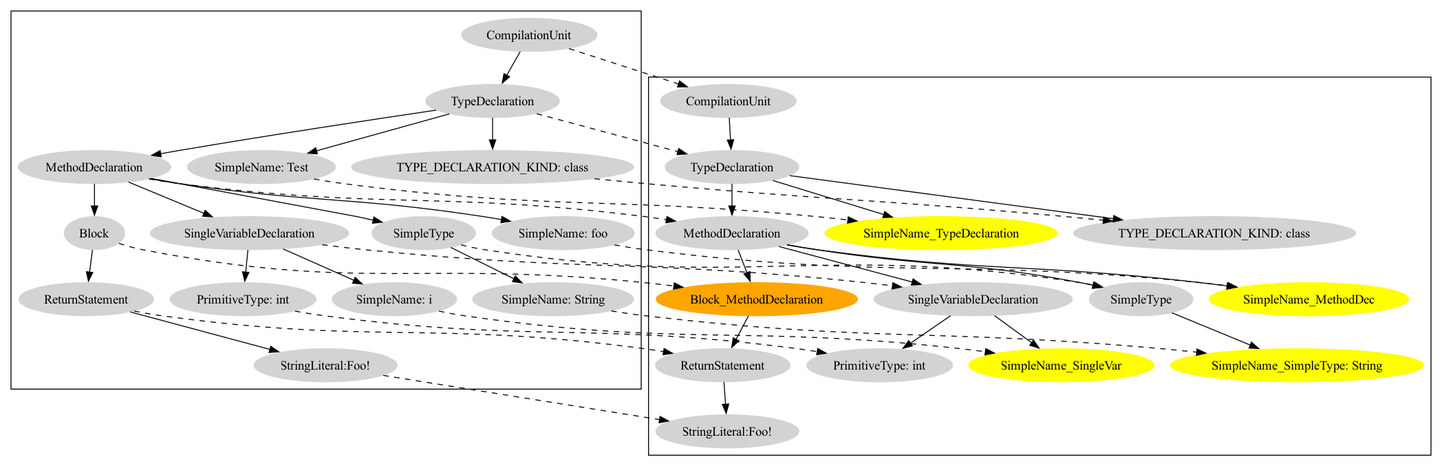
pouryafard75/DiffBenchmark keeps this Graphviz diagram as dot/tree.png. Above is the earlier version. Its source is kept beside it as dot/tree.dot.
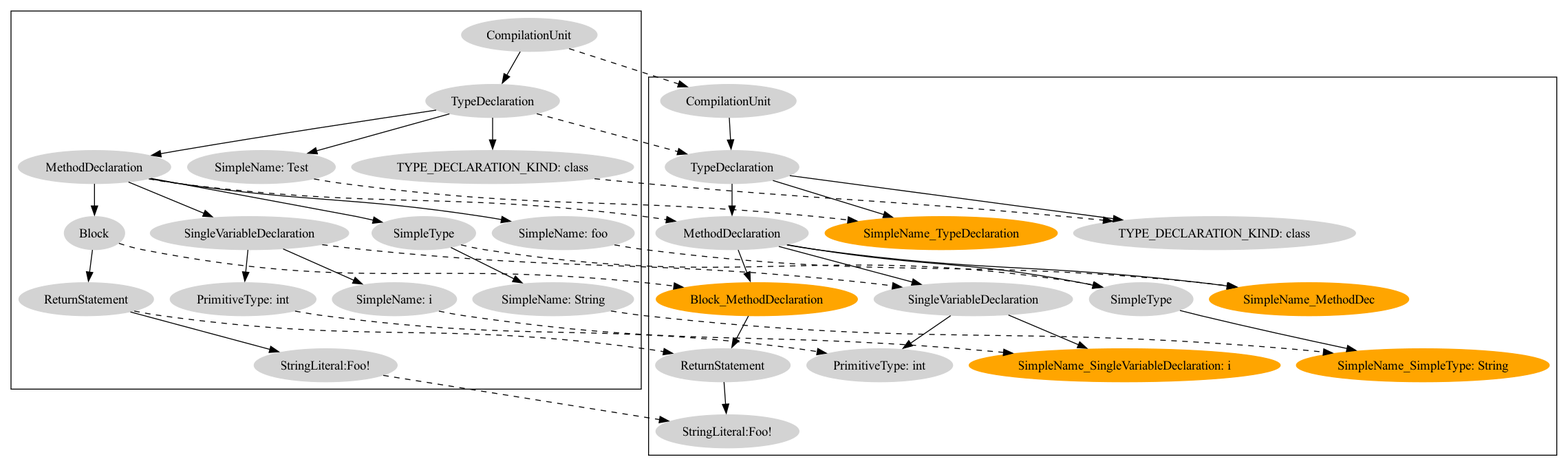
The same file after the commit.

What changed in the source:
```diff
@@ -35,21 +35,21 @@
 		n_dst_13 -> n_dst_12;
 		n_dst_0 [label="TYPE_DECLARATION_KIND: class", color=lightgrey];
 		n_dst_12 -> n_dst_0;
-		n_dst_1 [label="SimpleName_TypeDeclaration", color=yellow];
+		n_dst_1 [label="SimpleName_TypeDeclaration", color=orange];
 		n_dst_12 -> n_dst_1;
 		n_dst_11 [label="MethodDeclaration", color=lightgrey];
 		n_dst_12 -> n_dst_11;
 		n_dst_3 [label="SimpleType", color=lightgrey];
 		n_dst_11 -> n_dst_3;
-		n_dst_2 [label="SimpleName_SimpleType: String", color=yellow];
+		n_dst_2 [label="SimpleName_SimpleType: String", color=orange];
 		n_dst_3 -> n_dst_2;
-		n_dst_4 [label="SimpleName_MethodDec", color=yellow];
+		n_dst_4 [label="SimpleName_MethodDec", color=orange];
 		n_dst_11 -> n_dst_4;
 		n_dst_7 [label="SingleVariableDeclaration", color=lightgrey];
 		n_dst_11 -> n_dst_7;
 		n_dst_5 [label="PrimitiveType: int", color=lightgrey];
 		n_dst_7 -> n_dst_5;
-		n_dst_6 [label="SimpleName_SingleVar", color=yellow];
+		n_dst_6 [label="SimpleName_SingleVariableDeclaration: i", color=orange];
 		n_dst_7 -> n_dst_6;
 		n_dst_10 [label="Block_MethodDeclaration", color=orange];
 		n_dst_11 -> n_dst_10;
@@ -58,18 +58,18 @@
 		n_dst_8 [label="StringLiteral:Foo!", color=lightgrey];
 		n_dst_9 -> n_dst_8;
 	}
+	n_src_0 -> n_dst_0 [style=dashed];
+	n_src_3 -> n_dst_3 [style=dashed];
 	n_src_11 -> n_dst_11 [style=dashed];
+	n_src_5 -> n_dst_5 [style=dashed];
+	n_src_2 -> n_dst_2 [style=dashed];
 	n_src_4 -> n_dst_4 [style=dashed];
+	n_src_10 -> n_dst_10 [style=dashed];
+	n_src_1 -> n_dst_1 [style=dashed];
+	n_src_12 -> n_dst_12 [style=dashed];
+	n_src_6 -> n_dst_6 [style=dashed];
+	n_src_8 -> n_dst_8 [style=dashed];
+	n_src_9 -> n_dst_9 [style=dashed];
+	n_src_7 -> n_dst_7 [style=dashed];
 	n_src_13 -> n_dst_13 [style=dashed];
-	n_src_2 -> n_dst_2 [style=dashed];
-	n_src_12 -> n_dst_12 [style=dashed];
-	n_src_10 -> n_dst_10 [style=dashed];
-	n_src_7 -> n_dst_7 [style=dashed];
-	n_src_5 -> n_dst_5 [style=dashed];
-	n_src_8 -> n_dst_8 [style=dashed];
-	n_src_3 -> n_dst_3 [style=dashed];
-	n_src_1 -> n_dst_1 [style=dashed];
-	n_src_9 -> n_dst_9 [style=dashed];
-	n_src_6 -> n_dst_6 [style=dashed];
-	n_src_0 -> n_dst_0 [style=dashed];
 }
```
